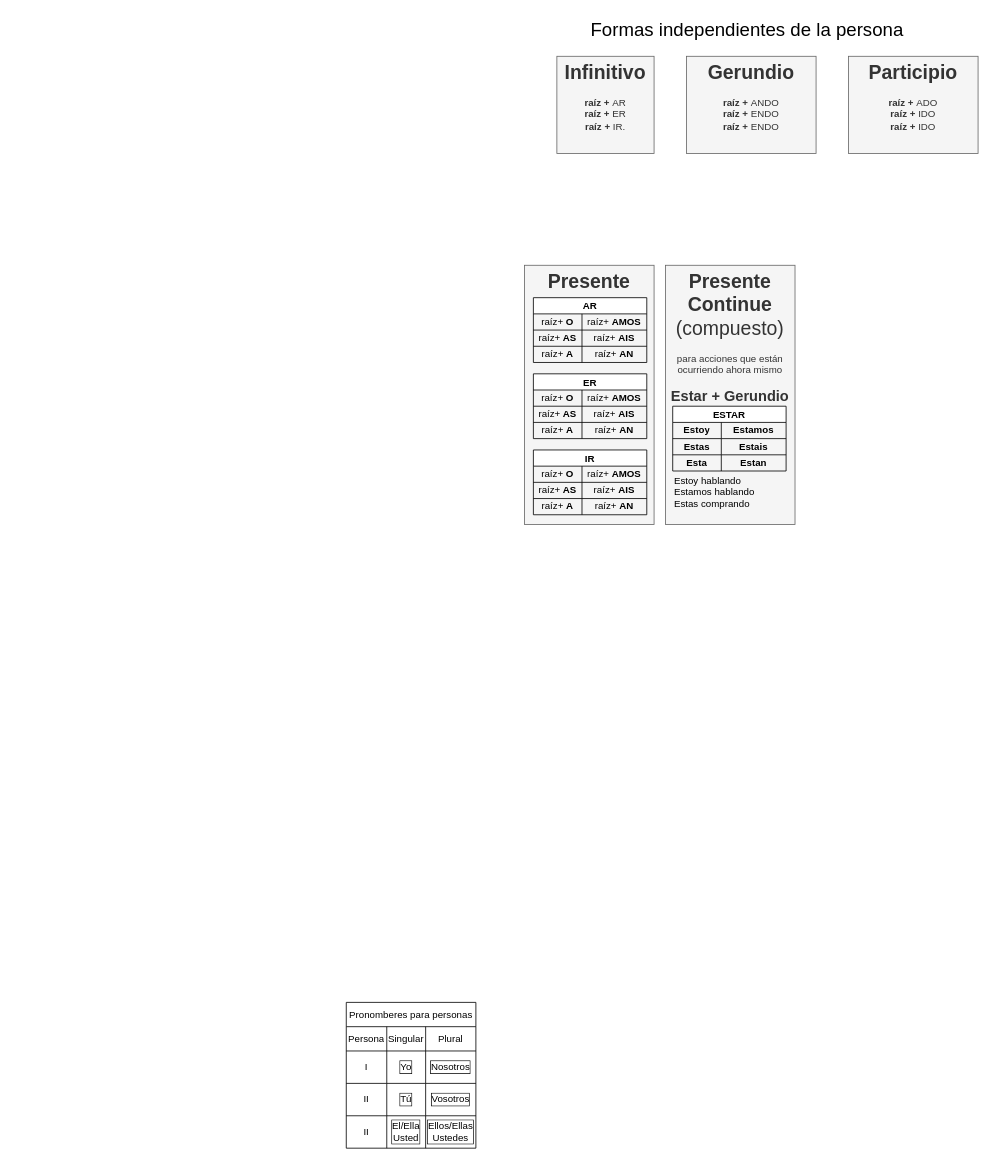
This is espverb.drawio from 2zlodey/4drawio, a draw.io file, before an edit. Source tidied: cells renumbered, new cells numbered last; positions are measured from the earlier drawing's top-left corner, leaving out a move shared by most shapes. Both pictures are drawn from the tidied source at 81%, with x=0, y=0 at pixel (346, 14).
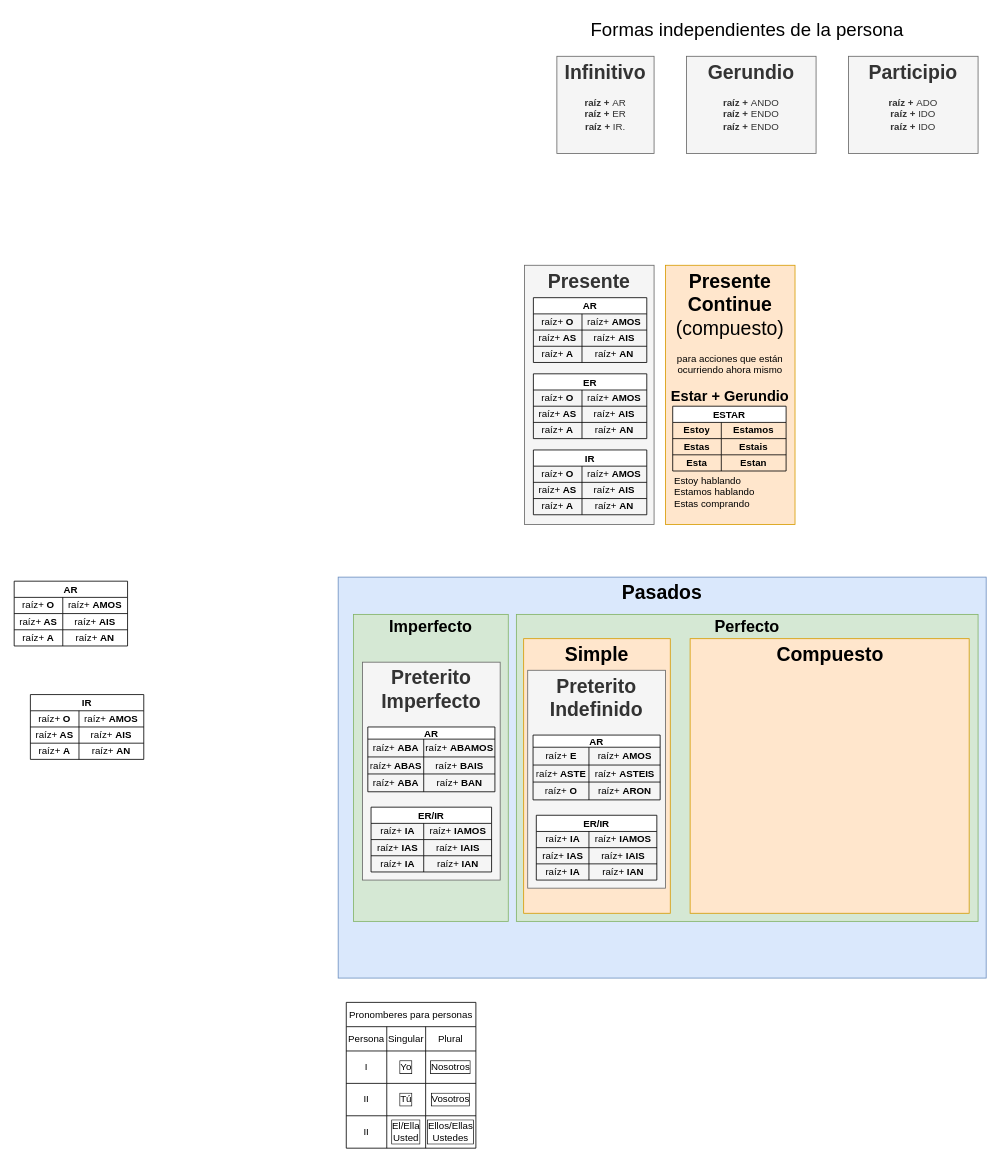
The same diagram, later.

What changed in the source:
```diff
@@
-    <mxCell id="55" value="&lt;h1&gt;Presente Continue&lt;br&gt;&lt;span style=&quot;font-weight: normal;&quot;&gt;(compuesto)&lt;br&gt;&lt;/span&gt;&lt;/h1&gt;&lt;div&gt;para acciones que están ocurriendo ahora mismo&lt;br&gt;&lt;br&gt;&lt;b&gt;&lt;font style=&quot;font-size: 18px;&quot;&gt;Estar + Gerundio&lt;/font&gt;&lt;/b&gt;&lt;/div&gt;" style="text;html=1;strokeColor=#666666;fillColor=#f5f5f5;spacing=5;spacingTop=-20;whiteSpace=wrap;overflow=hidden;rounded=0;fontColor=#333333;align=center;" parent="1" vertex="1">
+    <mxCell id="55" value="&lt;h1&gt;Presente Continue&lt;br&gt;&lt;span style=&quot;font-weight: normal;&quot;&gt;(compuesto)&lt;br&gt;&lt;/span&gt;&lt;/h1&gt;&lt;div&gt;para acciones que están ocurriendo ahora mismo&lt;br&gt;&lt;br&gt;&lt;b&gt;&lt;font style=&quot;font-size: 18px;&quot;&gt;Estar + Gerundio&lt;/font&gt;&lt;/b&gt;&lt;/div&gt;" style="text;html=1;strokeColor=#d79b00;fillColor=#ffe6cc;spacing=5;spacingTop=-20;whiteSpace=wrap;overflow=hidden;rounded=0;align=center;" parent="1" vertex="1">
       <mxGeometry x="394" y="310" width="160" height="320" as="geometry" />
     </mxCell>
@@
+    <mxCell id="67" value="&lt;h1&gt;Pasados&lt;/h1&gt;&lt;div&gt;&lt;br&gt;&lt;/div&gt;&lt;p&gt;&lt;br&gt;&lt;/p&gt;" style="text;html=1;strokeColor=#6c8ebf;fillColor=#dae8fc;spacing=5;spacingTop=-20;whiteSpace=wrap;overflow=hidden;rounded=0;align=center;" parent="1" vertex="1">
+      <mxGeometry x="-10" y="695" width="800" height="495" as="geometry" />
+    </mxCell>
+    <mxCell id="68" value="AR" style="shape=table;startSize=20;childLayout=tableLayout;fontStyle=1;" parent="1" vertex="1">
+      <mxGeometry x="-410" y="700" width="140" height="80" as="geometry" />
+    </mxCell>
+    <mxCell id="69" style="shape=tableRow;horizontal=0;startSize=0;swimlaneHead=0;swimlaneBody=0;strokeColor=inherit;top=0;left=0;bottom=0;right=0;fillColor=none;" parent="68" vertex="1">
+      <mxGeometry y="20" width="140" height="20" as="geometry" />
+    </mxCell>
+    <mxCell id="70" value="raíz+ &lt;b&gt;O&lt;/b&gt;" style="shape=partialRectangle;html=1;whiteSpace=wrap;strokeColor=inherit;overflow=hidden;fillColor=none;top=0;left=0;bottom=0;right=0;" parent="69" vertex="1">
+      <mxGeometry width="60" height="20" as="geometry" />
+    </mxCell>
+    <mxCell id="71" value="raíz+ &lt;b&gt;AMOS&lt;/b&gt;" style="shape=partialRectangle;html=1;whiteSpace=wrap;strokeColor=inherit;overflow=hidden;fillColor=none;top=0;left=0;bottom=0;right=0;" parent="69" vertex="1">
+      <mxGeometry x="60" width="80" height="20" as="geometry" />
+    </mxCell>
+    <mxCell id="72" style="shape=tableRow;horizontal=0;startSize=0;swimlaneHead=0;swimlaneBody=0;strokeColor=inherit;top=0;left=0;bottom=0;right=0;fillColor=none;" parent="68" vertex="1">
+      <mxGeometry y="40" width="140" height="20" as="geometry" />
+    </mxCell>
+    <mxCell id="73" value="raíz+&lt;b&gt; AS&lt;/b&gt;" style="shape=partialRectangle;html=1;whiteSpace=wrap;strokeColor=inherit;overflow=hidden;fillColor=none;top=0;left=0;bottom=0;right=0;" parent="72" vertex="1">
+      <mxGeometry width="60" height="20" as="geometry" />
+    </mxCell>
+    <mxCell id="74" value="raíz+ &lt;b&gt;AIS&lt;/b&gt;" style="shape=partialRectangle;html=1;whiteSpace=wrap;strokeColor=inherit;overflow=hidden;fillColor=none;top=0;left=0;bottom=0;right=0;" parent="72" vertex="1">
+      <mxGeometry x="60" width="80" height="20" as="geometry" />
+    </mxCell>
+    <mxCell id="75" style="shape=tableRow;horizontal=0;startSize=0;swimlaneHead=0;swimlaneBody=0;strokeColor=inherit;top=0;left=0;bottom=0;right=0;fillColor=none;" parent="68" vertex="1">
+      <mxGeometry y="60" width="140" height="20" as="geometry" />
+    </mxCell>
+    <mxCell id="76" value="raíz+ &lt;b&gt;A&lt;/b&gt;" style="shape=partialRectangle;html=1;whiteSpace=wrap;strokeColor=inherit;overflow=hidden;fillColor=none;top=0;left=0;bottom=0;right=0;" parent="75" vertex="1">
+      <mxGeometry width="60" height="20" as="geometry" />
+    </mxCell>
+    <mxCell id="77" value="raíz+ &lt;b&gt;AN&lt;/b&gt;" style="shape=partialRectangle;html=1;whiteSpace=wrap;strokeColor=inherit;overflow=hidden;fillColor=none;top=0;left=0;bottom=0;right=0;" parent="75" vertex="1">
+      <mxGeometry x="60" width="80" height="20" as="geometry" />
+    </mxCell>
+    <mxCell id="78" value="IR" style="shape=table;startSize=20;childLayout=tableLayout;fontStyle=1;" parent="1" vertex="1">
+      <mxGeometry x="-390" y="840" width="140" height="80" as="geometry" />
+    </mxCell>
+    <mxCell id="79" style="shape=tableRow;horizontal=0;startSize=0;swimlaneHead=0;swimlaneBody=0;strokeColor=inherit;top=0;left=0;bottom=0;right=0;fillColor=none;" parent="78" vertex="1">
+      <mxGeometry y="20" width="140" height="20" as="geometry" />
+    </mxCell>
+    <mxCell id="80" value="raíz+ &lt;b&gt;O&lt;/b&gt;" style="shape=partialRectangle;html=1;whiteSpace=wrap;strokeColor=inherit;overflow=hidden;fillColor=none;top=0;left=0;bottom=0;right=0;" parent="79" vertex="1">
+      <mxGeometry width="60" height="20" as="geometry" />
+    </mxCell>
+    <mxCell id="81" value="raíz+ &lt;b&gt;AMOS&lt;/b&gt;" style="shape=partialRectangle;html=1;whiteSpace=wrap;strokeColor=inherit;overflow=hidden;fillColor=none;top=0;left=0;bottom=0;right=0;" parent="79" vertex="1">
+      <mxGeometry x="60" width="80" height="20" as="geometry" />
+    </mxCell>
+    <mxCell id="82" style="shape=tableRow;horizontal=0;startSize=0;swimlaneHead=0;swimlaneBody=0;strokeColor=inherit;top=0;left=0;bottom=0;right=0;fillColor=none;" parent="78" vertex="1">
+      <mxGeometry y="40" width="140" height="20" as="geometry" />
+    </mxCell>
+    <mxCell id="83" value="raíz+&lt;b&gt; AS&lt;/b&gt;" style="shape=partialRectangle;html=1;whiteSpace=wrap;strokeColor=inherit;overflow=hidden;fillColor=none;top=0;left=0;bottom=0;right=0;" parent="82" vertex="1">
+      <mxGeometry width="60" height="20" as="geometry" />
+    </mxCell>
+    <mxCell id="84" value="raíz+ &lt;b&gt;AIS&lt;/b&gt;" style="shape=partialRectangle;html=1;whiteSpace=wrap;strokeColor=inherit;overflow=hidden;fillColor=none;top=0;left=0;bottom=0;right=0;" parent="82" vertex="1">
+      <mxGeometry x="60" width="80" height="20" as="geometry" />
+    </mxCell>
+    <mxCell id="85" style="shape=tableRow;horizontal=0;startSize=0;swimlaneHead=0;swimlaneBody=0;strokeColor=inherit;top=0;left=0;bottom=0;right=0;fillColor=none;" parent="78" vertex="1">
+      <mxGeometry y="60" width="140" height="20" as="geometry" />
+    </mxCell>
+    <mxCell id="86" value="raíz+ &lt;b&gt;A&lt;/b&gt;" style="shape=partialRectangle;html=1;whiteSpace=wrap;strokeColor=inherit;overflow=hidden;fillColor=none;top=0;left=0;bottom=0;right=0;" parent="85" vertex="1">
+      <mxGeometry width="60" height="20" as="geometry" />
+    </mxCell>
+    <mxCell id="87" value="raíz+ &lt;b&gt;AN&lt;/b&gt;" style="shape=partialRectangle;html=1;whiteSpace=wrap;strokeColor=inherit;overflow=hidden;fillColor=none;top=0;left=0;bottom=0;right=0;" parent="85" vertex="1">
+      <mxGeometry x="60" width="80" height="20" as="geometry" />
+    </mxCell>
+    <mxCell id="88" value="&lt;h1 style=&quot;font-size: 20px;&quot;&gt;&lt;font style=&quot;font-size: 20px;&quot;&gt;Imperfecto&lt;/font&gt;&lt;/h1&gt;&lt;p style=&quot;font-size: 20px;&quot;&gt;&lt;font style=&quot;font-size: 20px;&quot;&gt;&lt;br&gt;&lt;/font&gt;&lt;/p&gt;" style="text;html=1;strokeColor=#82b366;fillColor=#d5e8d4;spacing=5;spacingTop=-20;whiteSpace=wrap;overflow=hidden;rounded=0;align=center;" parent="1" vertex="1">
+      <mxGeometry x="9" y="741" width="191" height="379" as="geometry" />
+    </mxCell>
+    <mxCell id="89" value="&lt;h1 style=&quot;font-size: 20px;&quot;&gt;&lt;font style=&quot;font-size: 20px;&quot;&gt;Perfecto&lt;/font&gt;&lt;/h1&gt;&lt;p style=&quot;font-size: 20px;&quot;&gt;&lt;font style=&quot;font-size: 20px;&quot;&gt;&lt;br&gt;&lt;/font&gt;&lt;/p&gt;" style="text;html=1;strokeColor=#82b366;fillColor=#d5e8d4;spacing=5;spacingTop=-20;whiteSpace=wrap;overflow=hidden;rounded=0;align=center;" parent="1" vertex="1">
+      <mxGeometry x="210" y="741" width="570" height="379" as="geometry" />
+    </mxCell>
+    <mxCell id="90" value="&lt;h1&gt;Simple&lt;br&gt;&lt;/h1&gt;&lt;p&gt;&lt;br&gt;&lt;/p&gt;" style="text;html=1;strokeColor=#d79b00;fillColor=#ffe6cc;spacing=5;spacingTop=-20;whiteSpace=wrap;overflow=hidden;rounded=0;align=center;" parent="1" vertex="1">
+      <mxGeometry x="219" y="771" width="181" height="339" as="geometry" />
+    </mxCell>
+    <mxCell id="91" value="&lt;h1&gt;Compuesto&lt;br&gt;&lt;/h1&gt;&lt;p&gt;&lt;br&gt;&lt;/p&gt;" style="text;html=1;strokeColor=#d79b00;fillColor=#ffe6cc;spacing=5;spacingTop=-20;whiteSpace=wrap;overflow=hidden;rounded=0;align=center;" parent="1" vertex="1">
+      <mxGeometry x="424.5" y="771" width="344.5" height="339" as="geometry" />
+    </mxCell>
+    <mxCell id="92" style="group;" parent="1" vertex="1">
+      <mxGeometry x="20" y="800" width="170" height="269" as="geometry" />
+    </mxCell>
+    <mxCell id="93" value="&lt;h1&gt;Preterito Imperfecto&lt;br&gt;&lt;/h1&gt;&lt;p&gt;&lt;br&gt;&lt;/p&gt;" style="text;html=1;strokeColor=#666666;fillColor=#f5f5f5;spacing=5;spacingTop=-20;whiteSpace=wrap;overflow=hidden;rounded=0;fontColor=#333333;align=center;" parent="92" vertex="1">
+      <mxGeometry width="170" height="269" as="geometry" />
+    </mxCell>
+    <mxCell id="94" value="AR" style="shape=table;startSize=15;childLayout=tableLayout;fontStyle=1;" parent="92" vertex="1">
+      <mxGeometry x="6.6" y="80" width="156.9" height="80" as="geometry" />
+    </mxCell>
+    <mxCell id="95" style="shape=tableRow;horizontal=0;startSize=0;swimlaneHead=0;swimlaneBody=0;strokeColor=inherit;top=0;left=0;bottom=0;right=0;fillColor=none;" parent="94" vertex="1">
+      <mxGeometry y="15" width="156.9" height="22" as="geometry" />
+    </mxCell>
+    <mxCell id="96" value="raíz+ &lt;b&gt;ABA&lt;/b&gt;" style="shape=partialRectangle;html=1;whiteSpace=wrap;strokeColor=inherit;overflow=hidden;fillColor=none;top=0;left=0;bottom=0;right=0;" parent="95" vertex="1">
+      <mxGeometry width="69" height="22" as="geometry" />
+    </mxCell>
+    <mxCell id="97" value="raíz+ &lt;b&gt;ABAMOS&lt;/b&gt;" style="shape=partialRectangle;html=1;whiteSpace=wrap;strokeColor=inherit;overflow=hidden;fillColor=none;top=0;left=0;bottom=0;right=0;" parent="95" vertex="1">
+      <mxGeometry x="69" width="88" height="22" as="geometry" />
+    </mxCell>
+    <mxCell id="98" style="shape=tableRow;horizontal=0;startSize=0;swimlaneHead=0;swimlaneBody=0;strokeColor=inherit;top=0;left=0;bottom=0;right=0;fillColor=none;" parent="94" vertex="1">
+      <mxGeometry y="37" width="156.9" height="21" as="geometry" />
+    </mxCell>
+    <mxCell id="99" value="raíz+&lt;b&gt; ABAS&lt;/b&gt;" style="shape=partialRectangle;html=1;whiteSpace=wrap;strokeColor=inherit;overflow=hidden;fillColor=none;top=0;left=0;bottom=0;right=0;" parent="98" vertex="1">
+      <mxGeometry width="69" height="21" as="geometry" />
+    </mxCell>
+    <mxCell id="100" value="raíz+ &lt;b&gt;BAIS&lt;/b&gt;" style="shape=partialRectangle;html=1;whiteSpace=wrap;strokeColor=inherit;overflow=hidden;fillColor=none;top=0;left=0;bottom=0;right=0;" parent="98" vertex="1">
+      <mxGeometry x="69" width="88" height="21" as="geometry" />
+    </mxCell>
+    <mxCell id="101" style="shape=tableRow;horizontal=0;startSize=0;swimlaneHead=0;swimlaneBody=0;strokeColor=inherit;top=0;left=0;bottom=0;right=0;fillColor=none;" parent="94" vertex="1">
+      <mxGeometry y="58" width="156.9" height="22" as="geometry" />
+    </mxCell>
+    <mxCell id="102" value="raíz+ &lt;b&gt;ABA&lt;/b&gt;" style="shape=partialRectangle;html=1;whiteSpace=wrap;strokeColor=inherit;overflow=hidden;fillColor=none;top=0;left=0;bottom=0;right=0;" parent="101" vertex="1">
+      <mxGeometry width="69" height="22" as="geometry" />
+    </mxCell>
+    <mxCell id="103" value="raíz+ &lt;b&gt;BAN&lt;/b&gt;" style="shape=partialRectangle;html=1;whiteSpace=wrap;strokeColor=inherit;overflow=hidden;fillColor=none;top=0;left=0;bottom=0;right=0;" parent="101" vertex="1">
+      <mxGeometry x="69" width="88" height="22" as="geometry" />
+    </mxCell>
+    <mxCell id="104" value="ER/IR" style="shape=table;startSize=20;childLayout=tableLayout;fontStyle=1;" parent="92" vertex="1">
+      <mxGeometry x="10.6" y="179" width="148.8" height="80" as="geometry" />
+    </mxCell>
+    <mxCell id="105" style="shape=tableRow;horizontal=0;startSize=0;swimlaneHead=0;swimlaneBody=0;strokeColor=inherit;top=0;left=0;bottom=0;right=0;fillColor=none;" parent="104" vertex="1">
+      <mxGeometry y="20" width="148.8" height="20" as="geometry" />
+    </mxCell>
+    <mxCell id="106" value="raíz+ &lt;b&gt;IA&lt;/b&gt;" style="shape=partialRectangle;html=1;whiteSpace=wrap;strokeColor=inherit;overflow=hidden;fillColor=none;top=0;left=0;bottom=0;right=0;" parent="105" vertex="1">
+      <mxGeometry width="65" height="20" as="geometry" />
+    </mxCell>
+    <mxCell id="107" value="raíz+ &lt;b&gt;IAMOS&lt;/b&gt;" style="shape=partialRectangle;html=1;whiteSpace=wrap;strokeColor=inherit;overflow=hidden;fillColor=none;top=0;left=0;bottom=0;right=0;" parent="105" vertex="1">
+      <mxGeometry x="65" width="84" height="20" as="geometry" />
+    </mxCell>
+    <mxCell id="108" style="shape=tableRow;horizontal=0;startSize=0;swimlaneHead=0;swimlaneBody=0;strokeColor=inherit;top=0;left=0;bottom=0;right=0;fillColor=none;" parent="104" vertex="1">
+      <mxGeometry y="40" width="148.8" height="20" as="geometry" />
+    </mxCell>
+    <mxCell id="109" value="raíz+&lt;b&gt; IAS&lt;/b&gt;" style="shape=partialRectangle;html=1;whiteSpace=wrap;strokeColor=inherit;overflow=hidden;fillColor=none;top=0;left=0;bottom=0;right=0;" parent="108" vertex="1">
+      <mxGeometry width="65" height="20" as="geometry" />
+    </mxCell>
+    <mxCell id="110" value="raíz+ &lt;b&gt;IAIS&lt;/b&gt;" style="shape=partialRectangle;html=1;whiteSpace=wrap;strokeColor=inherit;overflow=hidden;fillColor=none;top=0;left=0;bottom=0;right=0;" parent="108" vertex="1">
+      <mxGeometry x="65" width="84" height="20" as="geometry" />
+    </mxCell>
+    <mxCell id="111" style="shape=tableRow;horizontal=0;startSize=0;swimlaneHead=0;swimlaneBody=0;strokeColor=inherit;top=0;left=0;bottom=0;right=0;fillColor=none;" parent="104" vertex="1">
+      <mxGeometry y="60" width="148.8" height="20" as="geometry" />
+    </mxCell>
+    <mxCell id="112" value="raíz+ &lt;b&gt;IA&lt;/b&gt;" style="shape=partialRectangle;html=1;whiteSpace=wrap;strokeColor=inherit;overflow=hidden;fillColor=none;top=0;left=0;bottom=0;right=0;" parent="111" vertex="1">
+      <mxGeometry width="65" height="20" as="geometry" />
+    </mxCell>
+    <mxCell id="113" value="raíz+ &lt;b&gt;IAN&lt;/b&gt;" style="shape=partialRectangle;html=1;whiteSpace=wrap;strokeColor=inherit;overflow=hidden;fillColor=none;top=0;left=0;bottom=0;right=0;" parent="111" vertex="1">
+      <mxGeometry x="65" width="84" height="20" as="geometry" />
+    </mxCell>
+    <mxCell id="114" style="group;" parent="1" vertex="1">
+      <mxGeometry x="224" y="810" width="170" height="269" as="geometry" />
+    </mxCell>
+    <mxCell id="115" value="&lt;h1&gt;Preterito Indefinido&lt;br&gt;&lt;/h1&gt;&lt;p&gt;&lt;br&gt;&lt;/p&gt;" style="text;html=1;strokeColor=#666666;fillColor=#f5f5f5;spacing=5;spacingTop=-20;whiteSpace=wrap;overflow=hidden;rounded=0;fontColor=#333333;align=center;" parent="114" vertex="1">
+      <mxGeometry width="170" height="269" as="geometry" />
+    </mxCell>
+    <mxCell id="116" value="AR" style="shape=table;startSize=15;childLayout=tableLayout;fontStyle=1;" parent="114" vertex="1">
+      <mxGeometry x="6.6" y="80" width="156.9" height="80" as="geometry" />
+    </mxCell>
+    <mxCell id="117" style="shape=tableRow;horizontal=0;startSize=0;swimlaneHead=0;swimlaneBody=0;strokeColor=inherit;top=0;left=0;bottom=0;right=0;fillColor=none;" parent="116" vertex="1">
+      <mxGeometry y="15" width="156.9" height="22" as="geometry" />
+    </mxCell>
+    <mxCell id="118" value="raíz+ &lt;b&gt;E&lt;/b&gt;" style="shape=partialRectangle;html=1;whiteSpace=wrap;strokeColor=inherit;overflow=hidden;fillColor=none;top=0;left=0;bottom=0;right=0;" parent="117" vertex="1">
+      <mxGeometry width="69" height="22" as="geometry" />
+    </mxCell>
+    <mxCell id="119" value="raíz+ &lt;b&gt;AMOS&lt;/b&gt;" style="shape=partialRectangle;html=1;whiteSpace=wrap;strokeColor=inherit;overflow=hidden;fillColor=none;top=0;left=0;bottom=0;right=0;" parent="117" vertex="1">
+      <mxGeometry x="69" width="88" height="22" as="geometry" />
+    </mxCell>
+    <mxCell id="120" style="shape=tableRow;horizontal=0;startSize=0;swimlaneHead=0;swimlaneBody=0;strokeColor=inherit;top=0;left=0;bottom=0;right=0;fillColor=none;" parent="116" vertex="1">
+      <mxGeometry y="37" width="156.9" height="21" as="geometry" />
+    </mxCell>
+    <mxCell id="121" value="raíz+&lt;b&gt; ASTE&lt;/b&gt;" style="shape=partialRectangle;html=1;whiteSpace=wrap;strokeColor=inherit;overflow=hidden;fillColor=none;top=0;left=0;bottom=0;right=0;" parent="120" vertex="1">
+      <mxGeometry width="69" height="21" as="geometry" />
+    </mxCell>
+    <mxCell id="122" value="raíz+ &lt;b&gt;ASTEIS&lt;/b&gt;" style="shape=partialRectangle;html=1;whiteSpace=wrap;strokeColor=inherit;overflow=hidden;fillColor=none;top=0;left=0;bottom=0;right=0;" parent="120" vertex="1">
+      <mxGeometry x="69" width="88" height="21" as="geometry" />
+    </mxCell>
+    <mxCell id="123" style="shape=tableRow;horizontal=0;startSize=0;swimlaneHead=0;swimlaneBody=0;strokeColor=inherit;top=0;left=0;bottom=0;right=0;fillColor=none;" parent="116" vertex="1">
+      <mxGeometry y="58" width="156.9" height="22" as="geometry" />
+    </mxCell>
+    <mxCell id="124" value="raíz+ &lt;b&gt;O&lt;/b&gt;" style="shape=partialRectangle;html=1;whiteSpace=wrap;strokeColor=inherit;overflow=hidden;fillColor=none;top=0;left=0;bottom=0;right=0;" parent="123" vertex="1">
+      <mxGeometry width="69" height="22" as="geometry" />
+    </mxCell>
+    <mxCell id="125" value="raíz+ &lt;b&gt;ARON&lt;/b&gt;" style="shape=partialRectangle;html=1;whiteSpace=wrap;strokeColor=inherit;overflow=hidden;fillColor=none;top=0;left=0;bottom=0;right=0;" parent="123" vertex="1">
+      <mxGeometry x="69" width="88" height="22" as="geometry" />
+    </mxCell>
+    <mxCell id="126" value="ER/IR" style="shape=table;startSize=20;childLayout=tableLayout;fontStyle=1;" parent="114" vertex="1">
+      <mxGeometry x="10.6" y="179" width="148.8" height="80" as="geometry" />
+    </mxCell>
+    <mxCell id="127" style="shape=tableRow;horizontal=0;startSize=0;swimlaneHead=0;swimlaneBody=0;strokeColor=inherit;top=0;left=0;bottom=0;right=0;fillColor=none;" parent="126" vertex="1">
+      <mxGeometry y="20" width="148.8" height="20" as="geometry" />
+    </mxCell>
+    <mxCell id="128" value="raíz+ &lt;b&gt;IA&lt;/b&gt;" style="shape=partialRectangle;html=1;whiteSpace=wrap;strokeColor=inherit;overflow=hidden;fillColor=none;top=0;left=0;bottom=0;right=0;" parent="127" vertex="1">
+      <mxGeometry width="65" height="20" as="geometry" />
+    </mxCell>
+    <mxCell id="129" value="raíz+ &lt;b&gt;IAMOS&lt;/b&gt;" style="shape=partialRectangle;html=1;whiteSpace=wrap;strokeColor=inherit;overflow=hidden;fillColor=none;top=0;left=0;bottom=0;right=0;" parent="127" vertex="1">
+      <mxGeometry x="65" width="84" height="20" as="geometry" />
+    </mxCell>
+    <mxCell id="130" style="shape=tableRow;horizontal=0;startSize=0;swimlaneHead=0;swimlaneBody=0;strokeColor=inherit;top=0;left=0;bottom=0;right=0;fillColor=none;" parent="126" vertex="1">
+      <mxGeometry y="40" width="148.8" height="20" as="geometry" />
+    </mxCell>
+    <mxCell id="131" value="raíz+&lt;b&gt; IAS&lt;/b&gt;" style="shape=partialRectangle;html=1;whiteSpace=wrap;strokeColor=inherit;overflow=hidden;fillColor=none;top=0;left=0;bottom=0;right=0;" parent="130" vertex="1">
+      <mxGeometry width="65" height="20" as="geometry" />
+    </mxCell>
+    <mxCell id="132" value="raíz+ &lt;b&gt;IAIS&lt;/b&gt;" style="shape=partialRectangle;html=1;whiteSpace=wrap;strokeColor=inherit;overflow=hidden;fillColor=none;top=0;left=0;bottom=0;right=0;" parent="130" vertex="1">
+      <mxGeometry x="65" width="84" height="20" as="geometry" />
+    </mxCell>
+    <mxCell id="133" style="shape=tableRow;horizontal=0;startSize=0;swimlaneHead=0;swimlaneBody=0;strokeColor=inherit;top=0;left=0;bottom=0;right=0;fillColor=none;" parent="126" vertex="1">
+      <mxGeometry y="60" width="148.8" height="20" as="geometry" />
+    </mxCell>
+    <mxCell id="134" value="raíz+ &lt;b&gt;IA&lt;/b&gt;" style="shape=partialRectangle;html=1;whiteSpace=wrap;strokeColor=inherit;overflow=hidden;fillColor=none;top=0;left=0;bottom=0;right=0;" parent="133" vertex="1">
+      <mxGeometry width="65" height="20" as="geometry" />
+    </mxCell>
+    <mxCell id="135" value="raíz+ &lt;b&gt;IAN&lt;/b&gt;" style="shape=partialRectangle;html=1;whiteSpace=wrap;strokeColor=inherit;overflow=hidden;fillColor=none;top=0;left=0;bottom=0;right=0;" parent="133" vertex="1">
+      <mxGeometry x="65" width="84" height="20" as="geometry" />
+    </mxCell>
```
